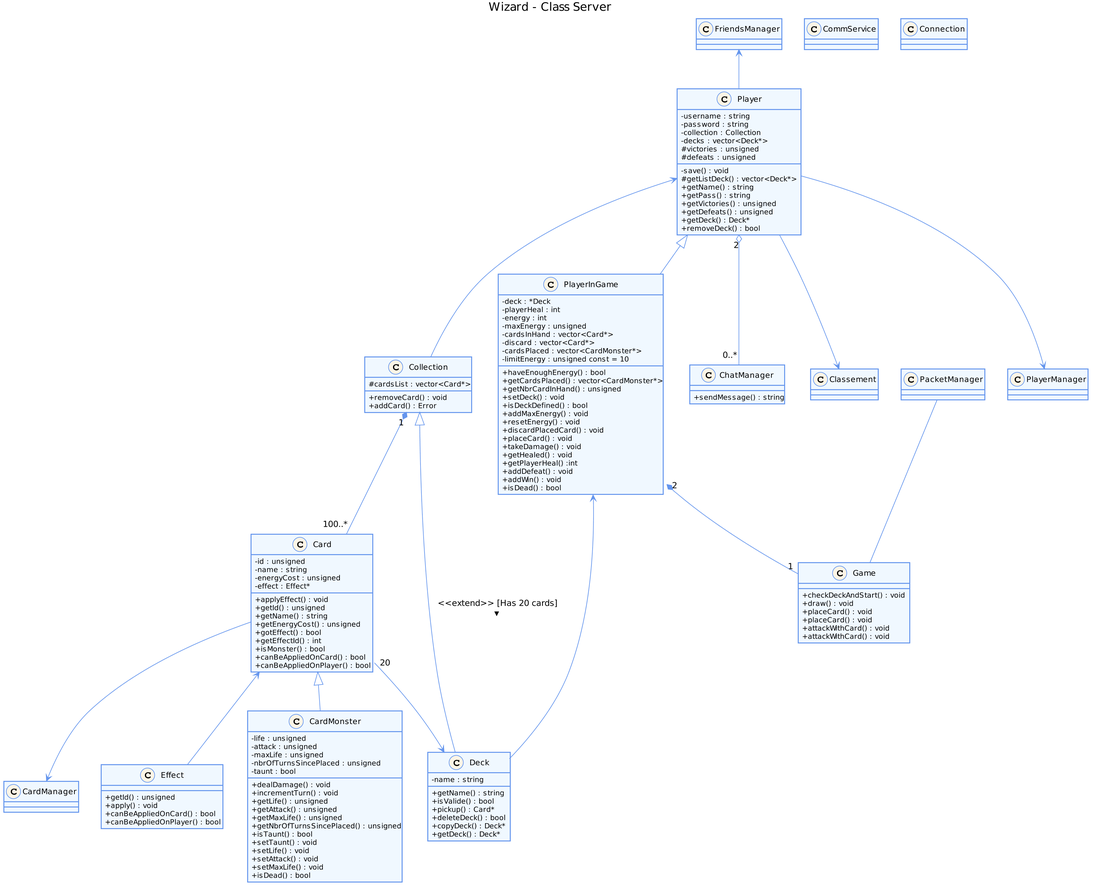
elishadrion/tetris keeps this PlantUML diagram as srd/assets/uml/ClassDiagram3.png. Above is the earlier version. Its diagram source:
```plantuml
@startuml
title Wizard - Class Server

skinparam classAttributeIconSize 0

skinparam shadowing false

skinparam dpi 200

skinparam class {
  BackgroundColor AliceBlue
  ArrowColor CornflowerBlue
  BorderColor CornflowerBlue
}
skinparam stereotypeCBackgroundColor OldLace


class Card {
  - id : unsigned
  - name : string
  - energyCost : unsigned
  - effect : Effect*
  + applyEffect() : void
  + getId() : unsigned
  + getName() : string
  + getEnergyCost() : unsigned
  + gotEffect() : bool
  + getEffectId() : int
  + isMonster() : bool
  + canBeAppliedOnCard() : bool
  + canBeAppliedOnPlayer() : bool
}

class CardManager {

}

class CardMonster {
  - life : unsigned
  - attack : unsigned
  - maxLife : unsigned
  - nbrOfTurnsSincePlaced : unsigned
  - taunt : bool
  + dealDamage() : void
  + incrementTurn() : void
  + getLife() : unsigned
  + getAttack() : unsigned
  + getMaxLife() : unsigned
  + getNbrOfTurnsSincePlaced() : unsigned
  + isTaunt() : bool
  + setTaunt() : void
  + setLife() : void
  + setAttack() : void
  + setMaxLife() : void
  + isDead() : bool
}

class ChatManager {
  + sendMessage() : string
}

class Classement {

}


class CommService {

}

class Connection {

}

class Deck {
  - name : string
  + getName() : string
  + isValide() : bool
  + pickup() : Card*
  + deleteDeck() : bool
  + copyDeck() : Deck*
  + getDeck() : Deck*
}

class Collection {
  # cardsList : vector<Card*>
  + removeCard() : void
  + addCard() : Error
}

class Effect {
  + getId() : unsigned
  + apply() : void
  + canBeAppliedOnCard() : bool
  + canBeAppliedOnPlayer() : bool
}

class FriendsManager {

}

class Game {
  + checkDeckAndStart() : void
  + draw() : void
  + placeCard() : void
  + placeCard() : void
  + attackWithCard() : void
  + attackWithCard() : void
}

class PacketManager {

}


class Player {
  - username : string
  - password : string
  - collection : Collection
  - decks : vector<Deck*>
  # victories : unsigned
  # defeats : unsigned
  - save() : void
  # getListDeck() : vector<Deck*>
  + getName() : string
  + getPass() : string
  + getVictories() : unsigned
  + getDefeats() : unsigned
  + getDeck() : Deck*
  + removeDeck() : bool
}

class PlayerInGame {
  - deck : *Deck
  - playerHeal : int
  - energy : int
  - maxEnergy : unsigned
  - cardsInHand : vector<Card*>
  - discard : vector<Card*>
  - cardsPlaced : vector<CardMonster*>
  - limitEnergy : unsigned const = 10
  + haveEnoughEnergy() : bool
  + getCardsPlaced() : vector<CardMonster*>
  + getNbrCardInHand() : unsigned
  + setDeck() : void
  + isDeckDefined() : bool
  + addMaxEnergy() : void
  + resetEnergy() : void
  + discardPlacedCard() : void
  + placeCard() : void
  + takeDamage() : void
  + getHealed() : void
  + getPlayerHeal() :int
  + addDefeat() : void
  + addWin() : void
  + isDead() : bool
}

class PlayerManager {

}


Player <|-- PlayerInGame
Card <|-- CardMonster
Card <-- Effect
PlayerInGame "2" *-- "1" Game
PlayerInGame <-- Deck
Player <-- Collection
Card "20" --> Deck
FriendsManager <-- Player
Player --> PlayerManager
Player --> Classement
Player "2" o-- "0..*" ChatManager
Card --> CardManager
Collection "1" *-- "100..*" Card
Collection <|-- Deck: <<extend>> [Has 20 cards] >
PacketManager -- Game
@enduml
```
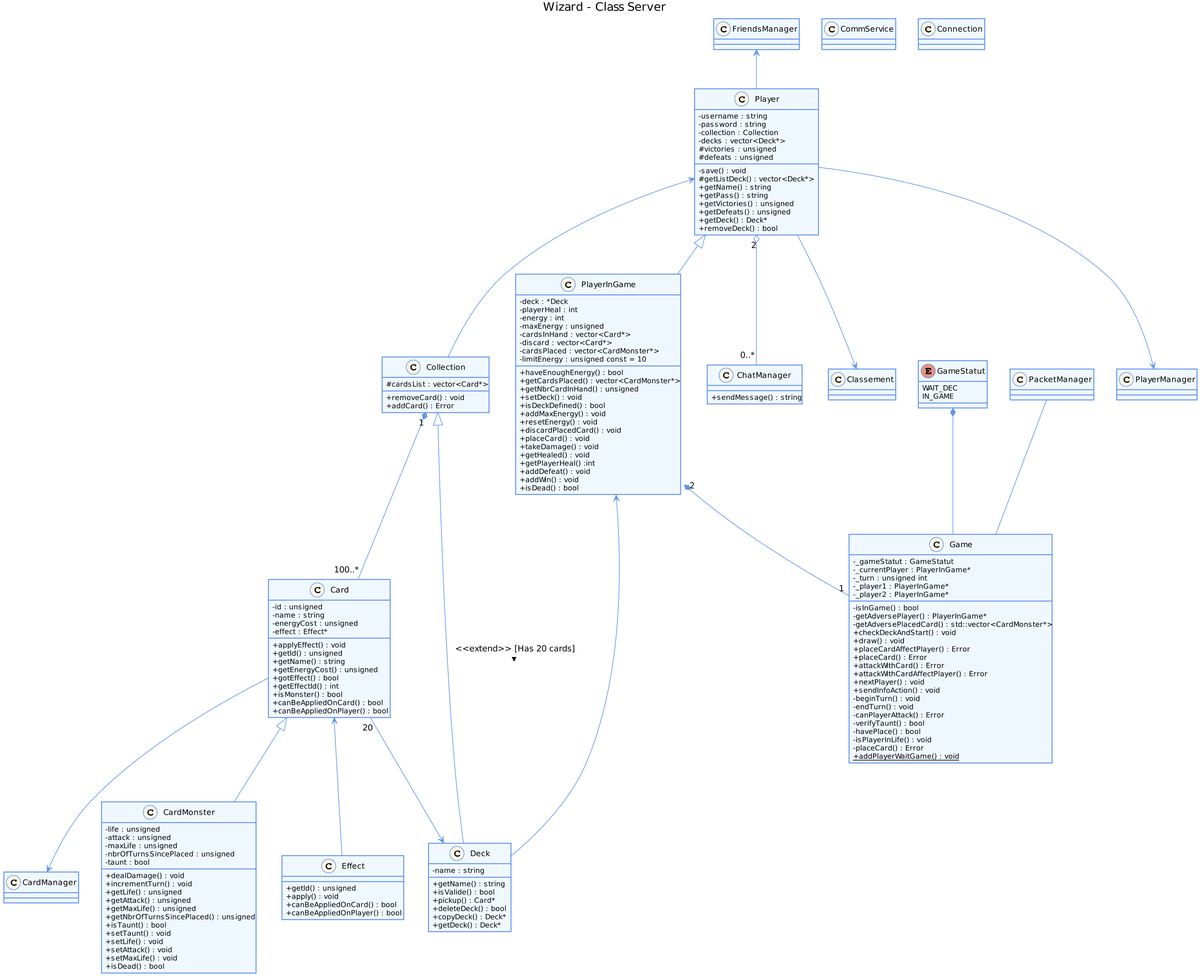
Above is the later version.

Commit message:
Suite du diagramme de class3

Diff of the diagram source:
```diff
@@ -100,12 +100,35 @@
 }
 
 class Game {
+  - _gameStatut : GameStatut
+  - _currentPlayer : PlayerInGame*
+  - _turn : unsigned int
+  - _player1 : PlayerInGame*
+  - _player2 : PlayerInGame*
+  - isInGame() : bool
+  - getAdversePlayer() : PlayerInGame*
+  - getAdversePlacedCard() : std::vector<CardMonster*>
   + checkDeckAndStart() : void
   + draw() : void
-  + placeCard() : void
-  + placeCard() : void
-  + attackWithCard() : void
-  + attackWithCard() : void
+  + placeCardAffectPlayer() : Error
+  + placeCard() : Error
+  + attackWithCard() : Error
+  + attackWithCardAffectPlayer() : Error
+  + nextPlayer() : void
+  + sendInfoAction() : void
+  - beginTurn() : void
+  - endTurn() : void
+  - canPlayerAttack() : Error
+  - verifyTaunt() : bool
+  - havePlace() : bool
+  - isPlayerInLife() : void
+  - placeCard() : Error
+  + {static} addPlayerWaitGame() : void
+}
+
+enum GameStatut {
+  WAIT_DEC
+  IN_GAME
 }
 
 class PacketManager {
@@ -176,4 +199,5 @@
 Collection "1" *-- "100..*" Card
 Collection <|-- Deck: <<extend>> [Has 20 cards] >
 PacketManager -- Game
+GameStatut *-- Game
 @enduml
```
